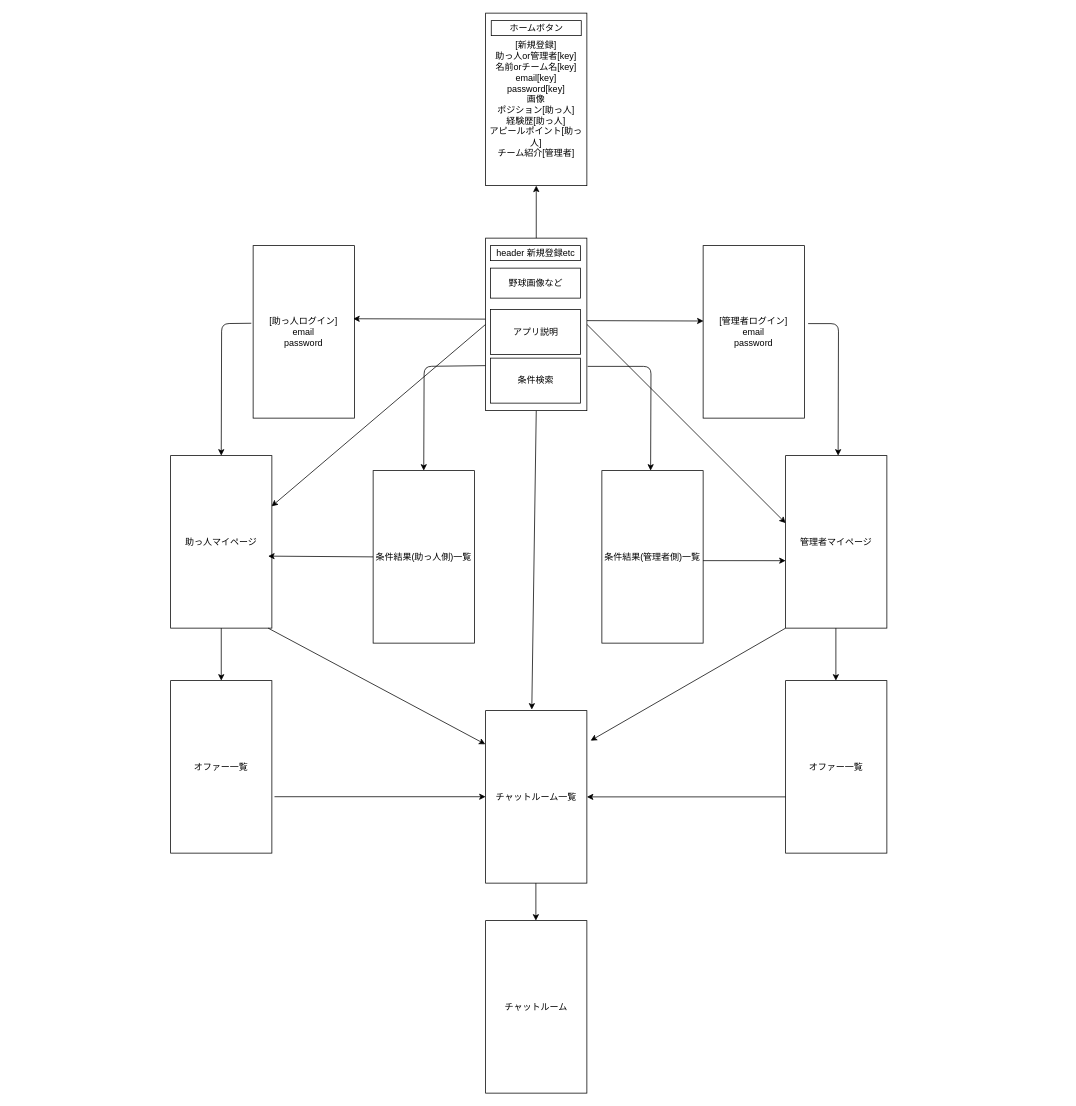
The draw.io diagram demo.drawio in rikudomoto/webtest, before the edit. Source tidied: cells renumbered, new cells numbered last; positions are measured from the earlier drawing's top-left corner, leaving out a move shared by most shapes. Both pictures are drawn from the tidied source at 75%, with x=0, y=0 at pixel (170, 13).
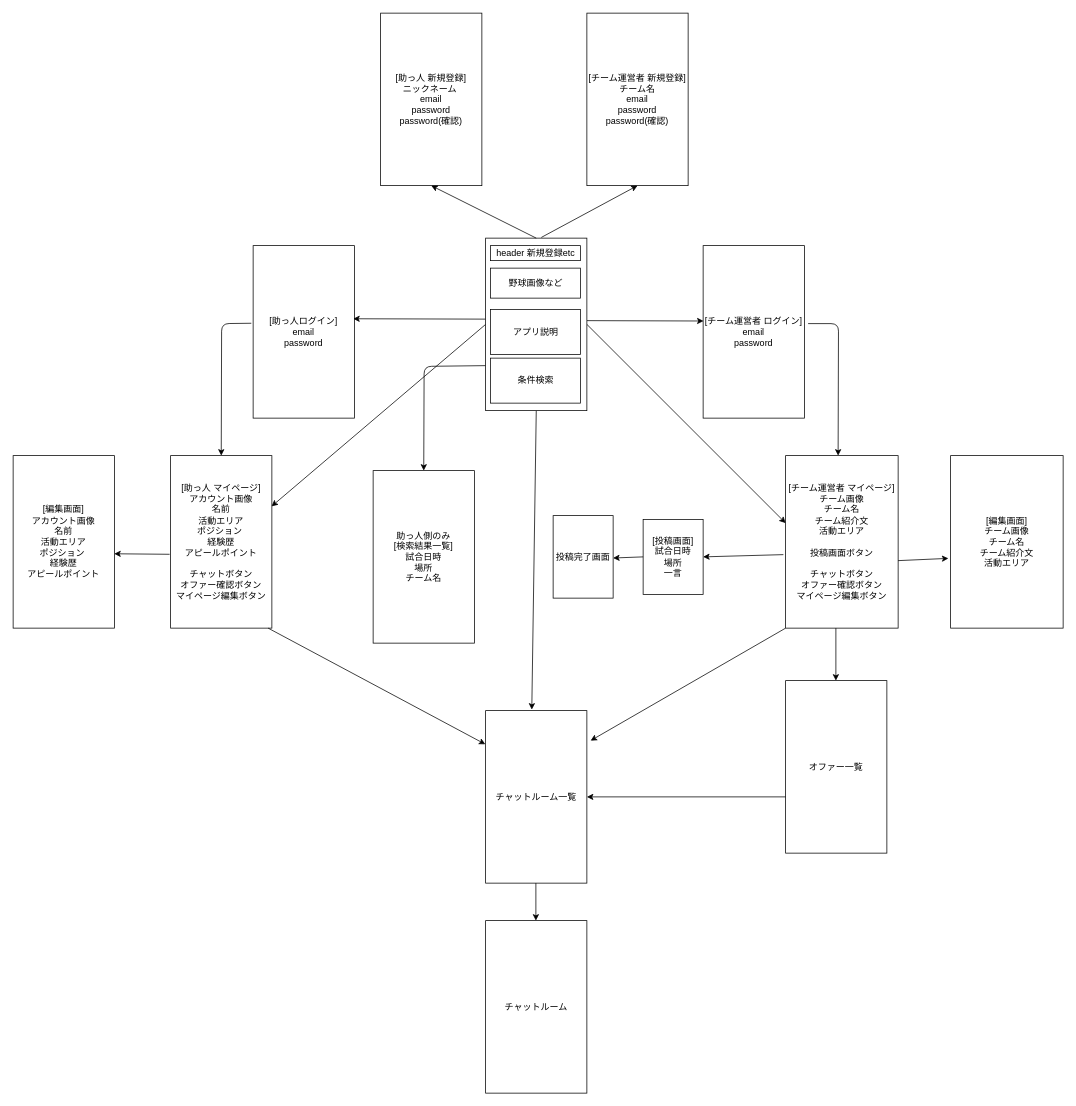
The same diagram, later.

Unchanged cells that the change refers to:
```xml
<mxCell id="32" style="rounded=0;whiteSpace=wrap;html=1;" parent="1" vertex="1">
  <mxGeometry x="420" y="300" width="135" height="230" as="geometry" />
</mxCell>
```

The edit, as a diff of the source:
```diff
@@
-    <mxCell id="2" value="[管理者ログイン]&lt;br&gt;email&lt;br&gt;password" style="rounded=0;whiteSpace=wrap;html=1;" parent="1" vertex="1">
+    <mxCell id="2" value="[チーム運営者 ログイン]&lt;br&gt;email&lt;br&gt;password" style="rounded=0;whiteSpace=wrap;html=1;" parent="1" vertex="1">
       <mxGeometry x="710" y="310" width="135" height="230" as="geometry" />
     </mxCell>
@@
-    <mxCell id="4" value="条件結果(助っ人側)一覧" style="rounded=0;whiteSpace=wrap;html=1;" parent="1" vertex="1">
+    <mxCell id="4" value="助っ人側のみ&lt;br&gt;[検索結果一覧]&lt;br&gt;試合日時&lt;br&gt;場所&lt;br&gt;チーム名" style="rounded=0;whiteSpace=wrap;html=1;" parent="1" vertex="1">
       <mxGeometry x="270" y="610" width="135" height="230" as="geometry" />
     </mxCell>
-    <mxCell id="5" value="条件結果(管理者側)一覧" style="rounded=0;whiteSpace=wrap;html=1;" parent="1" vertex="1">
-      <mxGeometry x="575" y="610" width="135" height="230" as="geometry" />
+    <mxCell id="5" value="[投稿画面]&lt;br&gt;試合日時&lt;br&gt;場所&lt;br&gt;一言" style="rounded=0;whiteSpace=wrap;html=1;" parent="1" vertex="1">
+      <mxGeometry x="630" y="675" width="80" height="100" as="geometry" />
     </mxCell>
-    <mxCell id="6" value="助っ人マイページ" style="rounded=0;whiteSpace=wrap;html=1;" parent="1" vertex="1">
+    <mxCell id="6" value="[助っ人 マイページ]&lt;br&gt;アカウント画像&lt;br&gt;名前&lt;br&gt;活動エリア&lt;br&gt;ポジション&amp;nbsp;&lt;br&gt;経験歴&lt;br&gt;アピールポイント&lt;br&gt;&lt;br&gt;チャットボタン&lt;br&gt;オファー確認ボタン&lt;br&gt;マイページ編集ボタン" style="rounded=0;whiteSpace=wrap;html=1;" parent="1" vertex="1">
       <mxGeometry y="590" width="135" height="230" as="geometry" />
     </mxCell>
-    <mxCell id="7" value="管理者マイページ" style="rounded=0;whiteSpace=wrap;html=1;" parent="1" vertex="1">
-      <mxGeometry x="820" y="590" width="135" height="230" as="geometry" />
+    <mxCell id="7" value="[チーム運営者 マイページ]&lt;br&gt;チーム画像&lt;br&gt;チーム名&lt;br&gt;チーム紹介文&lt;br&gt;活動エリア&lt;br&gt;&lt;br&gt;投稿画面ボタン&lt;br&gt;&lt;br&gt;チャットボタン&lt;br&gt;オファー確認ボタン&lt;br&gt;マイページ編集ボタン" style="rounded=0;whiteSpace=wrap;html=1;" parent="1" vertex="1">
+      <mxGeometry x="820" y="590" width="150" height="230" as="geometry" />
     </mxCell>
-    <mxCell id="8" value="オファー一覧" style="rounded=0;whiteSpace=wrap;html=1;" parent="1" vertex="1">
-      <mxGeometry y="890" width="135" height="230" as="geometry" />
-    </mxCell>
@@
-    <mxCell id="16" style="endArrow=classic;html=1;entryX=0.5;entryY=0;entryDx=0;entryDy=0;" parent="1" edge="1">
-      <mxGeometry relative="1" as="geometry">
-        <mxPoint x="556" y="471" as="sourcePoint" />
-        <mxPoint x="640" y="610" as="targetPoint" />
-        <Array as="points">
-          <mxPoint x="640.5" y="471" />
-        </Array>
-      </mxGeometry>
-    </mxCell>
-    <mxCell id="17" style="endArrow=classic;html=1;entryX=0;entryY=0.609;entryDx=0;entryDy=0;entryPerimeter=0;" parent="1" edge="1" target="7">
-      <mxGeometry relative="1" as="geometry">
-        <mxPoint x="710" y="730" as="sourcePoint" />
-      </mxGeometry>
+    <mxCell id="17" style="endArrow=classic;html=1;exitX=-0.02;exitY=0.574;exitDx=0;exitDy=0;exitPerimeter=0;entryX=1;entryY=0.5;entryDx=0;entryDy=0;" parent="1" edge="1" source="7" target="5">
+      <mxGeometry relative="1" as="geometry" />
     </mxCell>
-    <mxCell id="18" style="endArrow=classic;html=1;exitX=0;exitY=0.5;exitDx=0;exitDy=0;" parent="1" edge="1" source="4">
-      <mxGeometry relative="1" as="geometry">
-        <mxPoint x="130" y="724" as="targetPoint" />
-      </mxGeometry>
-    </mxCell>
-    <mxCell id="19" style="endArrow=classic;html=1;entryX=0.5;entryY=0;entryDx=0;entryDy=0;exitX=0.5;exitY=1;exitDx=0;exitDy=0;" parent="1" edge="1" source="6" target="8">
-      <mxGeometry relative="1" as="geometry" />
-    </mxCell>
@@
-    <mxCell id="23" style="endArrow=classic;html=1;entryX=-0.003;entryY=0.195;entryDx=0;entryDy=0;entryPerimeter=0;exitX=1.026;exitY=0.673;exitDx=0;exitDy=0;exitPerimeter=0;" parent="1" edge="1" source="8">
-      <mxGeometry relative="1" as="geometry">
-        <mxPoint x="420" y="1044.8" as="targetPoint" />
-      </mxGeometry>
-    </mxCell>
@@
-    <mxCell id="30" value="[新規登録]&lt;br&gt;助っ人or管理者[key]&lt;br&gt;名前orチーム名[key]&lt;br&gt;email[key]&lt;br&gt;password[key]&lt;br&gt;画像&lt;br&gt;ポジション[助っ人]&lt;br&gt;経験歴[助っ人]&lt;br&gt;アピールポイント[助っ人]&lt;br&gt;チーム紹介[管理者]" style="rounded=0;whiteSpace=wrap;html=1;" parent="1" vertex="1">
-      <mxGeometry x="420" width="135" height="230" as="geometry" />
+    <mxCell id="30" value="[助っ人 新規登録]&lt;br&gt;ニックネーム&amp;nbsp;&lt;br&gt;email&lt;br&gt;password&lt;br&gt;password(確認)" style="rounded=0;whiteSpace=wrap;html=1;" parent="1" vertex="1">
+      <mxGeometry x="280" width="135" height="230" as="geometry" />
     </mxCell>
@@
-    <mxCell id="38" value="ホームボタン" style="rounded=0;whiteSpace=wrap;html=1;" parent="1" vertex="1">
-      <mxGeometry x="427.5" y="10" width="120" height="20" as="geometry" />
-    </mxCell>
+    <mxCell id="39" value="[チーム運営者 新規登録]&lt;br&gt;チーム名&lt;br&gt;email&lt;br&gt;password&lt;br&gt;password(確認)" style="rounded=0;whiteSpace=wrap;html=1;" parent="1" vertex="1">
+      <mxGeometry x="555" width="135" height="230" as="geometry" />
+    </mxCell>
+    <mxCell id="40" style="endArrow=classic;html=1;entryX=0.5;entryY=1;entryDx=0;entryDy=0;exitX=0.55;exitY=-0.004;exitDx=0;exitDy=0;exitPerimeter=0;" parent="1" edge="1" source="32" target="39">
+      <mxGeometry relative="1" as="geometry" />
+    </mxCell>
+    <mxCell id="41" value="[編集画面]&lt;br&gt;アカウント画像&lt;br&gt;名前&lt;br&gt;活動エリア&lt;br&gt;ポジション&amp;nbsp;&lt;br&gt;経験歴&lt;br&gt;アピールポイント" style="rounded=0;whiteSpace=wrap;html=1;" parent="1" vertex="1">
+      <mxGeometry x="-210" y="590" width="135" height="230" as="geometry" />
+    </mxCell>
+    <mxCell id="42" style="endArrow=classic;html=1;entryX=0.999;entryY=0.569;entryDx=0;entryDy=0;entryPerimeter=0;exitX=-0.01;exitY=0.572;exitDx=0;exitDy=0;exitPerimeter=0;" parent="1" edge="1" source="6" target="41">
+      <mxGeometry relative="1" as="geometry" />
+    </mxCell>
+    <mxCell id="43" value="[編集画面]&lt;br&gt;チーム画像&lt;br&gt;チーム名&lt;br&gt;チーム紹介文&lt;br&gt;活動エリア" style="rounded=0;whiteSpace=wrap;html=1;" parent="1" vertex="1">
+      <mxGeometry x="1040" y="590" width="150" height="230" as="geometry" />
+    </mxCell>
+    <mxCell id="44" style="endArrow=classic;html=1;" parent="1" edge="1">
+      <mxGeometry relative="1" as="geometry">
+        <mxPoint x="970" y="730" as="sourcePoint" />
+        <mxPoint x="1037" y="727" as="targetPoint" />
+      </mxGeometry>
+    </mxCell>
+    <mxCell id="45" value="投稿完了画面" style="rounded=0;whiteSpace=wrap;html=1;" parent="1" vertex="1">
+      <mxGeometry x="510" y="670" width="80" height="110" as="geometry" />
+    </mxCell>
+    <mxCell id="46" style="endArrow=classic;html=1;entryX=1;entryY=0.5;entryDx=0;entryDy=0;exitX=0;exitY=0.5;exitDx=0;exitDy=0;" parent="1" edge="1" source="5">
+      <mxGeometry relative="1" as="geometry">
+        <mxPoint x="590" y="726.5" as="targetPoint" />
+      </mxGeometry>
+    </mxCell>
```
